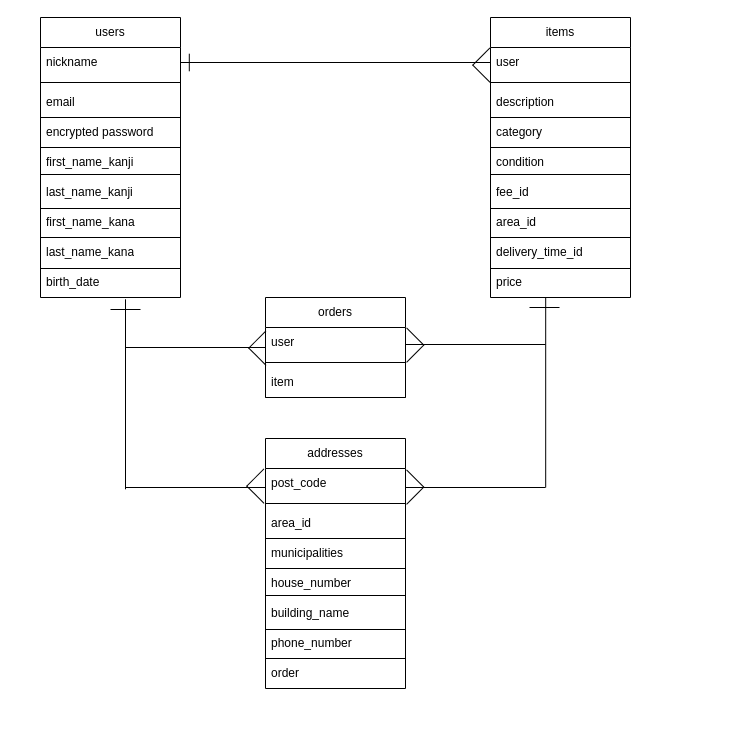
This is test.dio from aaha2134/furima-39061, a draw.io file, before an edit. Source tidied: cells renumbered, new cells numbered last; positions are measured from the earlier drawing's top-left corner, leaving out a move shared by most shapes. Both pictures are drawn from the tidied source at 100%, with x=0, y=0 at pixel (30, 17).
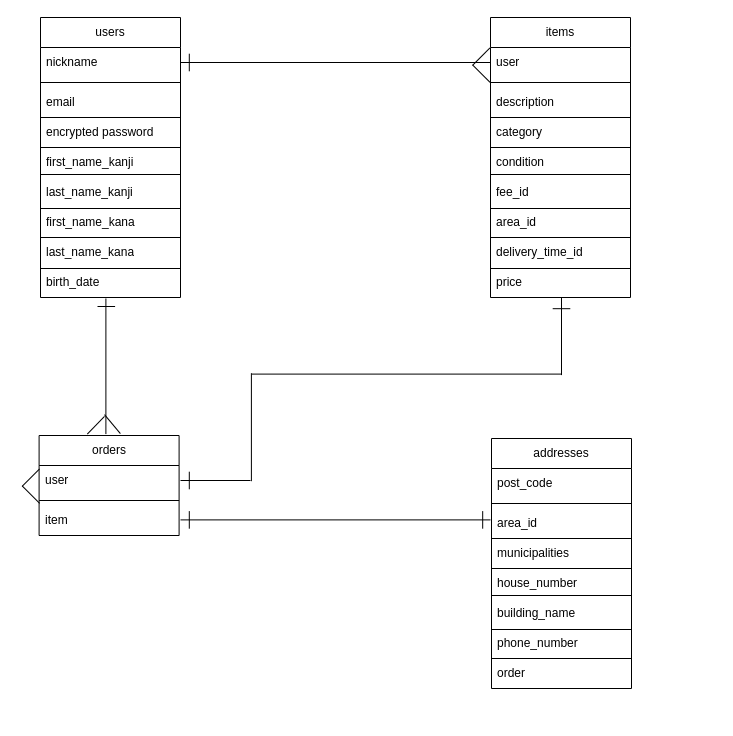
The same page after the edit.

Commit message:
ER図(修正var5)

What changed in the source:
```diff
@@
-    <mxCell id="42" style="group;" parent="1" vertex="1">
-      <mxGeometry x="235" y="280" width="450" height="280" as="geometry" />
-    </mxCell>
-    <mxCell id="43" value="orders" style="swimlane;fontStyle=0;horizontal=1;startSize=30;whiteSpace=wrap;html=1;" parent="42" vertex="1">
-      <mxGeometry width="140" height="100" as="geometry" />
-    </mxCell>
-    <mxCell id="44" value="user" style="text;strokeColor=none;fillColor=none;align=left;verticalAlign=middle;spacingLeft=4;spacingRight=4;overflow=hidden;whiteSpace=wrap;html=1;" parent="43" vertex="1">
-      <mxGeometry y="30" width="140" height="30" as="geometry" />
-    </mxCell>
-    <mxCell id="45" style="line;strokeWidth=1;html=1;perimeter=backbonePerimeter;" parent="43" vertex="1">
-      <mxGeometry y="60" width="140" height="10" as="geometry" />
-    </mxCell>
-    <mxCell id="46" value="item" style="text;strokeColor=none;fillColor=none;align=left;verticalAlign=middle;spacingLeft=4;spacingRight=4;overflow=hidden;whiteSpace=wrap;html=1;" parent="43" vertex="1">
-      <mxGeometry y="70" width="140" height="30" as="geometry" />
-    </mxCell>
-    <mxCell id="47" style="line;strokeWidth=1;html=1;perimeter=backbonePerimeter;" parent="42" vertex="1">
-      <mxGeometry y="95" width="140" height="10" as="geometry" />
-    </mxCell>
-    <mxCell id="48" style="line;strokeWidth=1;html=1;perimeter=backbonePerimeter;" parent="42" vertex="1">
-      <mxGeometry x="140" y="185" width="140" height="10" as="geometry" />
-    </mxCell>
-    <mxCell id="49" style="line;strokeWidth=1;html=1;perimeter=backbonePerimeter;" parent="42" vertex="1">
-      <mxGeometry x="140" y="42" width="140" height="10" as="geometry" />
-    </mxCell>
-    <mxCell id="50" style="line;strokeWidth=1;html=1;perimeter=backbonePerimeter;rotation=90;" parent="42" vertex="1">
-      <mxGeometry x="185.2" y="88.2" width="190" height="13.6" as="geometry" />
-    </mxCell>
-    <mxCell id="51" style="line;strokeWidth=1;html=1;perimeter=backbonePerimeter;" parent="1" vertex="1">
-      <mxGeometry x="95" y="465" width="140" height="10" as="geometry" />
-    </mxCell>
-    <mxCell id="52" style="line;strokeWidth=1;html=1;perimeter=backbonePerimeter;" parent="1" vertex="1">
-      <mxGeometry x="95" y="325" width="140" height="10" as="geometry" />
-    </mxCell>
-    <mxCell id="53" style="line;strokeWidth=1;html=1;perimeter=backbonePerimeter;rotation=90;" parent="1" vertex="1">
-      <mxGeometry y="370" width="190" height="13.6" as="geometry" />
-    </mxCell>
-    <mxCell id="54" style="group;rotation=0;" parent="1" vertex="1">
-      <mxGeometry x="213.4" y="308.5" width="24.5" height="45.8" as="geometry" />
-    </mxCell>
-    <mxCell id="55" style="line;strokeWidth=1;html=1;perimeter=backbonePerimeter;rotation=-45;" parent="54" vertex="1">
-      <mxGeometry x="1" y="8" width="24.7" height="11.2" as="geometry" />
-    </mxCell>
-    <mxCell id="56" style="line;strokeWidth=1;html=1;perimeter=backbonePerimeter;rotation=45;" parent="54" vertex="1">
-      <mxGeometry x="1" y="25" width="24.8" height="11.2" as="geometry" />
-    </mxCell>
-    <mxCell id="57" style="group;rotation=0;" parent="1" vertex="1">
-      <mxGeometry x="211.4" y="446.5" width="24.5" height="83.8" as="geometry" />
-    </mxCell>
-    <mxCell id="58" style="line;strokeWidth=1;html=1;perimeter=backbonePerimeter;rotation=-45;" parent="57" vertex="1">
-      <mxGeometry x="1" y="8" width="24.7" height="11.2" as="geometry" />
-    </mxCell>
-    <mxCell id="59" style="line;strokeWidth=1;html=1;perimeter=backbonePerimeter;rotation=45;" parent="57" vertex="1">
-      <mxGeometry x="1" y="25" width="24.8" height="11.2" as="geometry" />
-    </mxCell>
-    <mxCell id="60" style="group;rotation=-180;" parent="1" vertex="1">
-      <mxGeometry x="372.4" y="448.5" width="25.5" height="42.8" as="geometry" />
-    </mxCell>
-    <mxCell id="61" style="line;strokeWidth=1;html=1;perimeter=backbonePerimeter;rotation=-225;" parent="60" vertex="1">
-      <mxGeometry y="24" width="24.7" height="11.2" as="geometry" />
-    </mxCell>
-    <mxCell id="62" style="line;strokeWidth=1;html=1;perimeter=backbonePerimeter;rotation=-135;" parent="60" vertex="1">
-      <mxGeometry y="7" width="24.8" height="11.2" as="geometry" />
-    </mxCell>
-    <mxCell id="63" style="group;rotation=-180;" parent="1" vertex="1">
-      <mxGeometry x="372.4" y="306.5" width="25.5" height="42.8" as="geometry" />
-    </mxCell>
-    <mxCell id="64" style="line;strokeWidth=1;html=1;perimeter=backbonePerimeter;rotation=-225;" parent="63" vertex="1">
-      <mxGeometry y="24" width="24.7" height="11.2" as="geometry" />
-    </mxCell>
-    <mxCell id="65" style="line;strokeWidth=1;html=1;perimeter=backbonePerimeter;rotation=-135;" parent="63" vertex="1">
-      <mxGeometry y="7" width="24.8" height="11.2" as="geometry" />
-    </mxCell>
-    <mxCell id="66" style="endArrow=none;html=1;" parent="1" edge="1">
-      <mxGeometry relative="1" as="geometry">
-        <mxPoint x="80" y="292" as="sourcePoint" />
-        <mxPoint x="110" y="292" as="targetPoint" />
-      </mxGeometry>
-    </mxCell>
-    <mxCell id="67" style="endArrow=none;html=1;" parent="1" edge="1">
-      <mxGeometry relative="1" as="geometry">
-        <mxPoint x="499" y="290" as="sourcePoint" />
-        <mxPoint x="529" y="290" as="targetPoint" />
-      </mxGeometry>
-    </mxCell>
     <mxCell id="68" style="group;" parent="1" vertex="1">
-      <mxGeometry x="235" y="421" width="140" height="280" as="geometry" />
+      <mxGeometry x="461" y="421" width="140" height="280" as="geometry" />
     </mxCell>
@@
+    <mxCell id="43" value="orders" style="swimlane;fontStyle=0;horizontal=1;startSize=30;whiteSpace=wrap;html=1;" parent="1" vertex="1">
+      <mxGeometry x="8.6" y="418" width="140" height="100" as="geometry" />
+    </mxCell>
+    <mxCell id="44" value="user" style="text;strokeColor=none;fillColor=none;align=left;verticalAlign=middle;spacingLeft=4;spacingRight=4;overflow=hidden;whiteSpace=wrap;html=1;" parent="43" vertex="1">
+      <mxGeometry y="30" width="140" height="30" as="geometry" />
+    </mxCell>
+    <mxCell id="45" style="line;strokeWidth=1;html=1;perimeter=backbonePerimeter;" parent="43" vertex="1">
+      <mxGeometry y="60" width="140" height="10" as="geometry" />
+    </mxCell>
+    <mxCell id="46" value="item" style="text;strokeColor=none;fillColor=none;align=left;verticalAlign=middle;spacingLeft=4;spacingRight=4;overflow=hidden;whiteSpace=wrap;html=1;" parent="43" vertex="1">
+      <mxGeometry y="70" width="140" height="30" as="geometry" />
+    </mxCell>
+    <mxCell id="47" style="line;strokeWidth=1;html=1;perimeter=backbonePerimeter;" parent="1" vertex="1">
+      <mxGeometry x="8.6" y="513" width="140" height="10" as="geometry" />
+    </mxCell>
+    <mxCell id="54" style="group;rotation=0;" parent="1" vertex="1">
+      <mxGeometry x="-13" y="446.5" width="24.5" height="45.8" as="geometry" />
+    </mxCell>
+    <mxCell id="55" style="line;strokeWidth=1;html=1;perimeter=backbonePerimeter;rotation=-45;" parent="54" vertex="1">
+      <mxGeometry x="1" y="8" width="24.7" height="11.2" as="geometry" />
+    </mxCell>
+    <mxCell id="56" style="line;strokeWidth=1;html=1;perimeter=backbonePerimeter;rotation=45;" parent="54" vertex="1">
+      <mxGeometry x="1" y="25" width="24.8" height="11.2" as="geometry" />
+    </mxCell>
+    <mxCell id="83" style="line;strokeWidth=1;html=1;perimeter=backbonePerimeter;rotation=90;" parent="1" vertex="1">
+      <mxGeometry x="7.6" y="340.6" width="135.6" height="16.4" as="geometry" />
+    </mxCell>
+    <mxCell id="84" style="line;strokeWidth=1;html=1;perimeter=backbonePerimeter;rotation=-180;" parent="1" vertex="1">
+      <mxGeometry x="67" y="287.9" width="17.6" height="2.2" as="geometry" />
+    </mxCell>
+    <mxCell id="85" style="line;strokeWidth=1;html=1;perimeter=backbonePerimeter;rotation=50;" parent="1" vertex="1">
+      <mxGeometry x="69.6" y="401" width="24.7" height="11.2" as="geometry" />
+    </mxCell>
+    <mxCell id="86" style="line;strokeWidth=1;html=1;perimeter=backbonePerimeter;rotation=-226;" parent="1" vertex="1">
+      <mxGeometry x="53" y="402.2" width="24.8" height="11.2" as="geometry" />
+    </mxCell>
+    <mxCell id="87" style="line;strokeWidth=1;html=1;perimeter=backbonePerimeter;" parent="1" vertex="1">
+      <mxGeometry x="150" y="497.4" width="310" height="10" as="geometry" />
+    </mxCell>
+    <mxCell id="88" style="line;strokeWidth=1;html=1;perimeter=backbonePerimeter;rotation=90;" parent="1" vertex="1">
+      <mxGeometry x="150" y="493.8" width="17.6" height="17.2" as="geometry" />
+    </mxCell>
+    <mxCell id="89" style="line;strokeWidth=1;html=1;perimeter=backbonePerimeter;rotation=90;" parent="1" vertex="1">
+      <mxGeometry x="443.4" y="493.8" width="17.6" height="17.2" as="geometry" />
+    </mxCell>
+    <mxCell id="90" style="line;strokeWidth=1;html=1;perimeter=backbonePerimeter;rotation=90;" parent="1" vertex="1">
+      <mxGeometry x="492.1" y="310.1" width="77.8" height="17.2" as="geometry" />
+    </mxCell>
+    <mxCell id="91" style="line;strokeWidth=1;html=1;perimeter=backbonePerimeter;" parent="1" vertex="1">
+      <mxGeometry x="221" y="351.6" width="310" height="10" as="geometry" />
+    </mxCell>
+    <mxCell id="92" style="line;strokeWidth=1;html=1;perimeter=backbonePerimeter;rotation=90;" parent="1" vertex="1">
+      <mxGeometry x="166.9" y="401.1" width="108" height="17.2" as="geometry" />
+    </mxCell>
+    <mxCell id="93" style="line;strokeWidth=1;html=1;perimeter=backbonePerimeter;" parent="1" vertex="1">
+      <mxGeometry x="150" y="458" width="70" height="10" as="geometry" />
+    </mxCell>
+    <mxCell id="94" style="line;strokeWidth=1;html=1;perimeter=backbonePerimeter;rotation=-180;" parent="1" vertex="1">
+      <mxGeometry x="522.2" y="290.1" width="17.6" height="2.2" as="geometry" />
+    </mxCell>
+    <mxCell id="95" style="line;strokeWidth=1;html=1;perimeter=backbonePerimeter;rotation=90;" parent="1" vertex="1">
+      <mxGeometry x="150" y="454.4" width="17.6" height="17.2" as="geometry" />
+    </mxCell>
```
